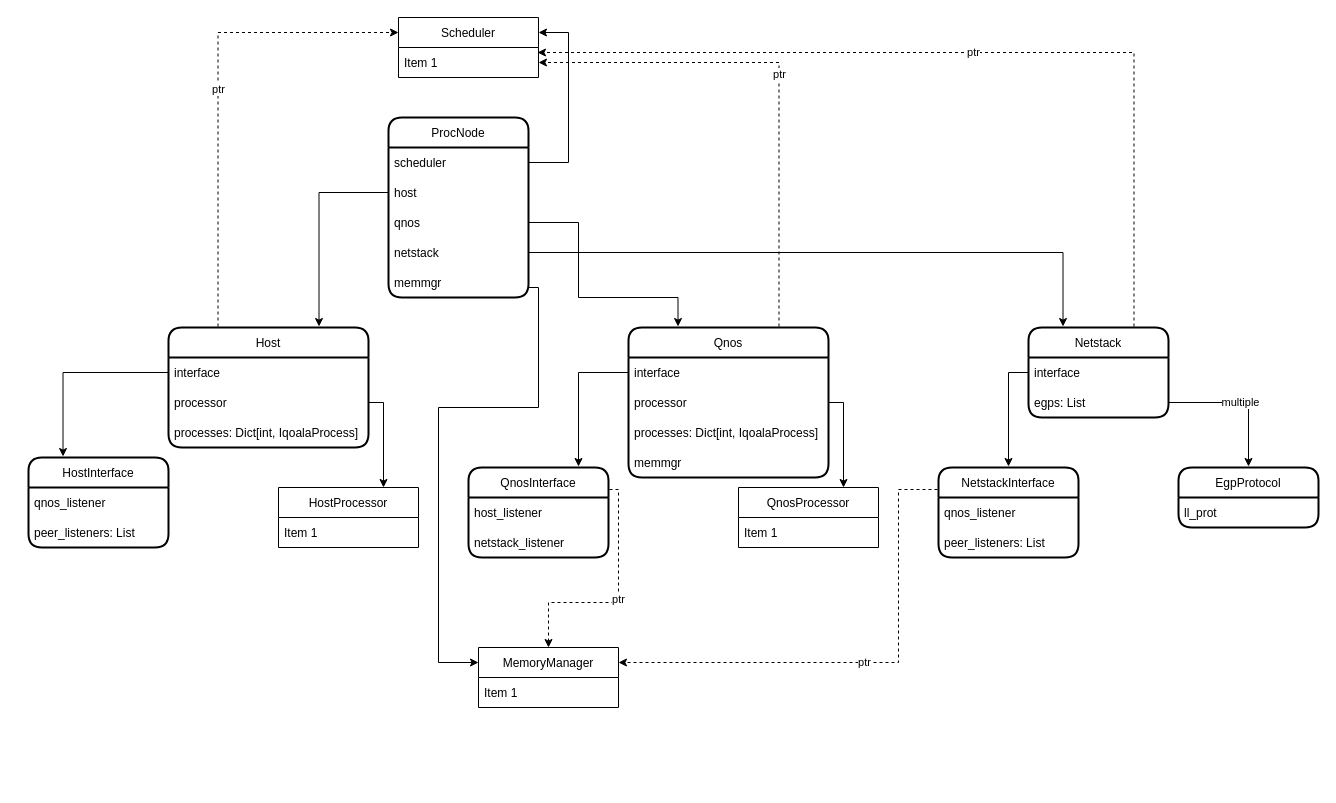
Earlier version of the draw.io diagram squidasm/qoala/arch/protocols.drawio (QuTech-Delft/squidasm). Source tidied: cells renumbered, new cells numbered last; positions are measured from the earlier drawing's top-left corner, leaving out a move shared by most shapes. Both pictures are drawn from the tidied source at 100%, with x=0, y=0 at pixel (28, 17).
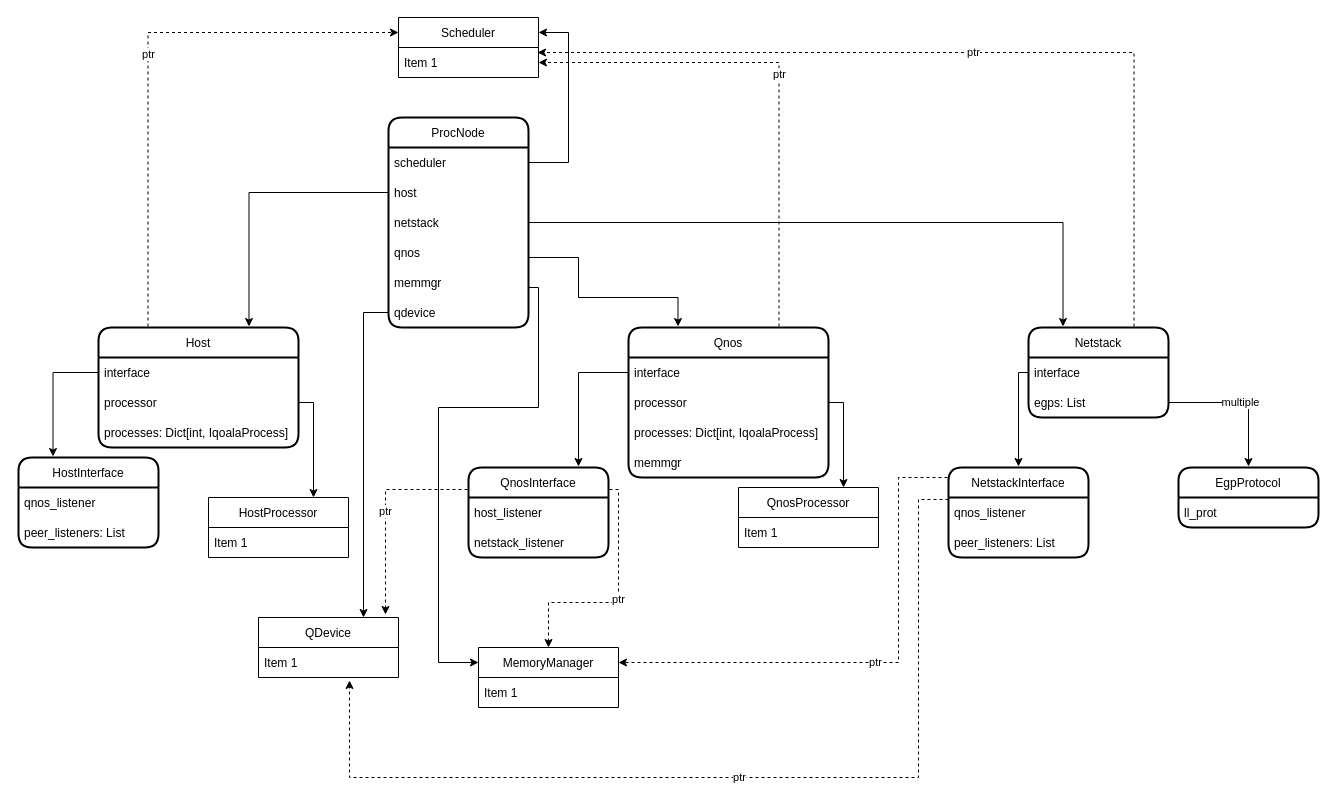
Above is the later version.

Unchanged cells that the change refers to:
```xml
<mxCell id="3" value="Qnos" style="swimlane;fontStyle=0;horizontal=1;startSize=30;rounded=1;glass=0;swimlaneLine=1;strokeWidth=2;swimlaneFillColor=none;gradientColor=none;perimeterSpacing=1;" parent="1" vertex="1">
  <mxGeometry x="600" y="310" width="200" height="150" as="geometry" />
</mxCell>
<mxCell id="14" value="QnosInterface" style="swimlane;fontStyle=0;horizontal=1;startSize=30;rounded=1;glass=0;swimlaneLine=1;strokeWidth=2;swimlaneFillColor=none;gradientColor=none;perimeterSpacing=1;" parent="1" vertex="1">
  <mxGeometry x="440" y="450" width="140" height="90" as="geometry" />
</mxCell>
<mxCell id="19" value="qnos_listener" style="text;strokeColor=none;fillColor=none;align=left;verticalAlign=middle;spacingLeft=4;spacingRight=4;overflow=hidden;points=[[0,0.5],[1,0.5]];portConstraint=eastwest;" parent="18" vertex="1">
  <mxGeometry y="30" width="140" height="30" as="geometry" />
</mxCell>
<mxCell id="52" value="MemoryManager" style="swimlane;fontStyle=0;horizontal=1;startSize=30;" parent="1" vertex="1">
  <mxGeometry x="450" y="630" width="140" height="60" as="geometry" />
</mxCell>
```

Diff of the diagram source:
```diff
@@
     <mxCell id="9" value="Host" style="swimlane;fontStyle=0;horizontal=1;startSize=30;rounded=1;glass=0;swimlaneLine=1;strokeWidth=2;swimlaneFillColor=none;gradientColor=none;perimeterSpacing=1;" parent="1" vertex="1">
-      <mxGeometry x="140" y="310" width="200" height="120" as="geometry" />
+      <mxGeometry x="70" y="310" width="200" height="120" as="geometry" />
     </mxCell>
@@
+    <mxCell id="55" value="ptr" style="edgeStyle=orthogonalEdgeStyle;rounded=0;html=1;exitX=0;exitY=0.25;exitDx=0;exitDy=0;entryX=0.907;entryY=-0.05;entryDx=0;entryDy=0;entryPerimeter=0;dashed=1;" parent="1" edge="1" source="14" target="57">
+      <mxGeometry relative="1" as="geometry" />
+    </mxCell>
@@
-    <mxCell id="17" value="ptr" style="edgeStyle=orthogonalEdgeStyle;rounded=0;html=1;exitX=0;exitY=0.25;exitDx=0;exitDy=0;entryX=1;entryY=0.25;entryDx=0;entryDy=0;dashed=1;" parent="1" edge="1" source="18" target="52">
+    <mxCell id="17" value="ptr" style="edgeStyle=orthogonalEdgeStyle;rounded=0;html=1;exitX=0;exitY=0.12;exitDx=0;exitDy=0;entryX=1;entryY=0.25;entryDx=0;entryDy=0;dashed=1;exitPerimeter=0;" parent="1" edge="1" source="18" target="52">
       <mxGeometry relative="1" as="geometry">
         <Array as="points">
-          <mxPoint x="870" y="472" />
+          <mxPoint x="870" y="460" />
           <mxPoint x="870" y="645" />
         </Array>
       </mxGeometry>
     </mxCell>
     <mxCell id="18" value="NetstackInterface" style="swimlane;fontStyle=0;horizontal=1;startSize=30;rounded=1;glass=0;swimlaneLine=1;strokeWidth=2;swimlaneFillColor=none;gradientColor=none;perimeterSpacing=1;" parent="1" vertex="1">
-      <mxGeometry x="910" y="450" width="140" height="90" as="geometry" />
+      <mxGeometry x="920" y="450" width="140" height="90" as="geometry" />
     </mxCell>
@@
     <mxCell id="21" value="ProcNode" style="swimlane;fontStyle=0;horizontal=1;startSize=30;rounded=1;glass=0;swimlaneLine=1;strokeWidth=2;swimlaneFillColor=none;gradientColor=none;perimeterSpacing=1;" parent="1" vertex="1">
-      <mxGeometry x="360" y="100" width="140" height="180" as="geometry" />
+      <mxGeometry x="360" y="100" width="140" height="210" as="geometry" />
     </mxCell>
@@
+    <mxCell id="25" value="netstack" style="text;strokeColor=none;fillColor=none;align=left;verticalAlign=middle;spacingLeft=4;spacingRight=4;overflow=hidden;points=[[0,0.5],[1,0.5]];portConstraint=eastwest;dashed=1;dashPattern=1 1;" parent="21" vertex="1">
+      <mxGeometry y="90" width="140" height="30" as="geometry" />
+    </mxCell>
     <mxCell id="24" value="qnos" style="text;strokeColor=none;fillColor=none;align=left;verticalAlign=middle;spacingLeft=4;spacingRight=4;overflow=hidden;points=[[0,0.5],[1,0.5]];portConstraint=eastwest;dashed=1;dashPattern=1 1;" parent="21" vertex="1">
-      <mxGeometry y="90" width="140" height="30" as="geometry" />
+      <mxGeometry y="120" width="140" height="30" as="geometry" />
     </mxCell>
-    <mxCell id="25" value="netstack" style="text;strokeColor=none;fillColor=none;align=left;verticalAlign=middle;spacingLeft=4;spacingRight=4;overflow=hidden;points=[[0,0.5],[1,0.5]];portConstraint=eastwest;dashed=1;dashPattern=1 1;" parent="21" vertex="1">
-      <mxGeometry y="120" width="140" height="30" as="geometry" />
-    </mxCell>
@@
+    <mxCell id="56" value="qdevice" style="text;strokeColor=none;fillColor=none;align=left;verticalAlign=middle;spacingLeft=4;spacingRight=4;overflow=hidden;points=[[0,0.5],[1,0.5]];portConstraint=eastwest;dashed=1;dashPattern=1 1;" parent="21" vertex="1">
+      <mxGeometry y="180" width="140" height="30" as="geometry" />
+    </mxCell>
@@
     <mxCell id="28" style="edgeStyle=orthogonalEdgeStyle;html=1;entryX=0.25;entryY=0;entryDx=0;entryDy=0;rounded=0;exitX=1;exitY=0.5;exitDx=0;exitDy=0;" parent="1" edge="1" source="24" target="3">
       <mxGeometry relative="1" as="geometry">
         <Array as="points">
-          <mxPoint x="550" y="205" />
+          <mxPoint x="500" y="240" />
+          <mxPoint x="550" y="240" />
           <mxPoint x="550" y="280" />
           <mxPoint x="650" y="280" />
         </Array>
       </mxGeometry>
     </mxCell>
@@
     <mxCell id="30" value="HostInterface" style="swimlane;fontStyle=0;horizontal=1;startSize=30;rounded=1;glass=0;swimlaneLine=1;strokeWidth=2;swimlaneFillColor=none;gradientColor=none;perimeterSpacing=1;" parent="1" vertex="1">
-      <mxGeometry y="440" width="140" height="90" as="geometry" />
+      <mxGeometry x="-10" y="440" width="140" height="90" as="geometry" />
     </mxCell>
@@
     <mxCell id="42" value="HostProcessor" style="swimlane;fontStyle=0;horizontal=1;startSize=30;" parent="1" vertex="1">
-      <mxGeometry x="250" y="470" width="140" height="60" as="geometry" />
+      <mxGeometry x="180" y="480" width="140" height="60" as="geometry" />
     </mxCell>
@@
+    <mxCell id="57" value="QDevice" style="swimlane;fontStyle=0;horizontal=1;startSize=30;" parent="1" vertex="1">
+      <mxGeometry x="230" y="600" width="140" height="60" as="geometry" />
+    </mxCell>
+    <mxCell id="58" value="Item 1" style="text;strokeColor=none;fillColor=none;align=left;verticalAlign=middle;spacingLeft=4;spacingRight=4;overflow=hidden;points=[[0,0.5],[1,0.5]];portConstraint=eastwest;" parent="57" vertex="1">
+      <mxGeometry y="30" width="140" height="30" as="geometry" />
+    </mxCell>
+    <mxCell id="59" style="edgeStyle=orthogonalEdgeStyle;html=1;exitX=0;exitY=0.5;exitDx=0;exitDy=0;entryX=0.75;entryY=0;entryDx=0;entryDy=0;rounded=0;" parent="1" edge="1" source="56" target="57">
+      <mxGeometry relative="1" as="geometry" />
+    </mxCell>
+    <mxCell id="60" value="ptr" style="edgeStyle=orthogonalEdgeStyle;rounded=0;html=1;exitX=0;exitY=0.067;exitDx=0;exitDy=0;entryX=0.65;entryY=1.1;entryDx=0;entryDy=0;entryPerimeter=0;dashed=1;exitPerimeter=0;" parent="1" edge="1" source="19" target="58">
+      <mxGeometry relative="1" as="geometry">
+        <Array as="points">
+          <mxPoint x="890" y="482" />
+          <mxPoint x="890" y="760" />
+          <mxPoint x="321" y="760" />
+        </Array>
+      </mxGeometry>
+    </mxCell>
```
